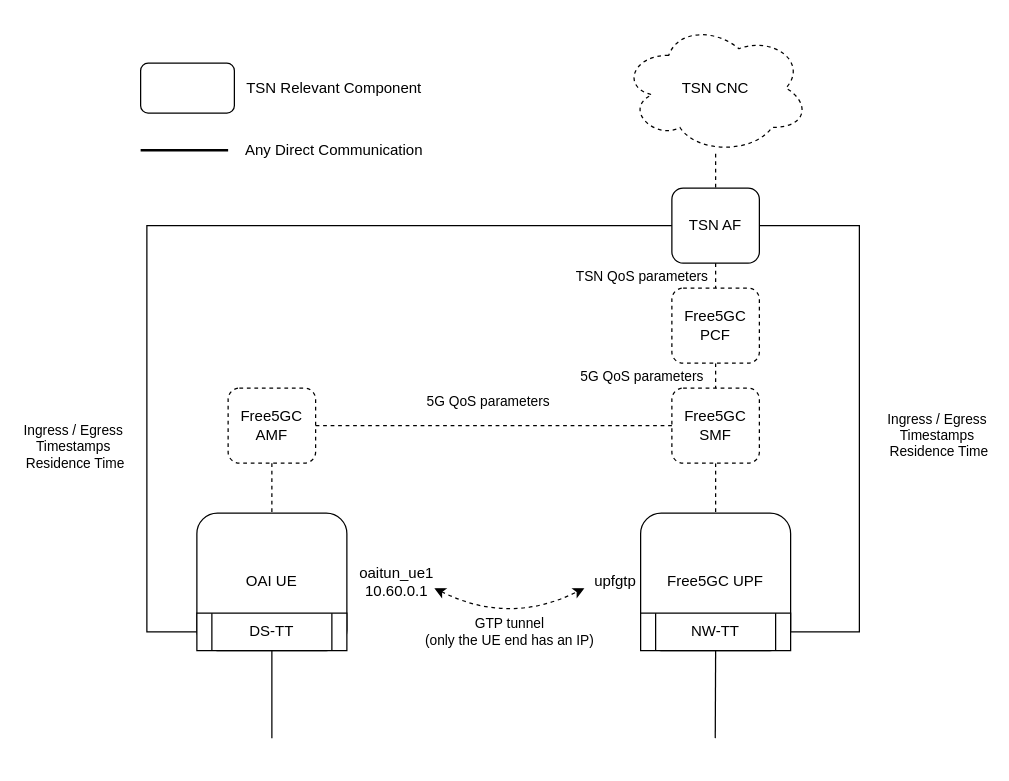
The draw.io diagram docs/tsn-components.drawio in ottoblep/tsn-5g-testbench, before the edit. Source tidied: cells renumbered, new cells numbered last; positions are measured from the earlier drawing's top-left corner, leaving out a move shared by most shapes. Both pictures are drawn from the tidied source at 125%, with x=0, y=0 at pixel (140, 22).
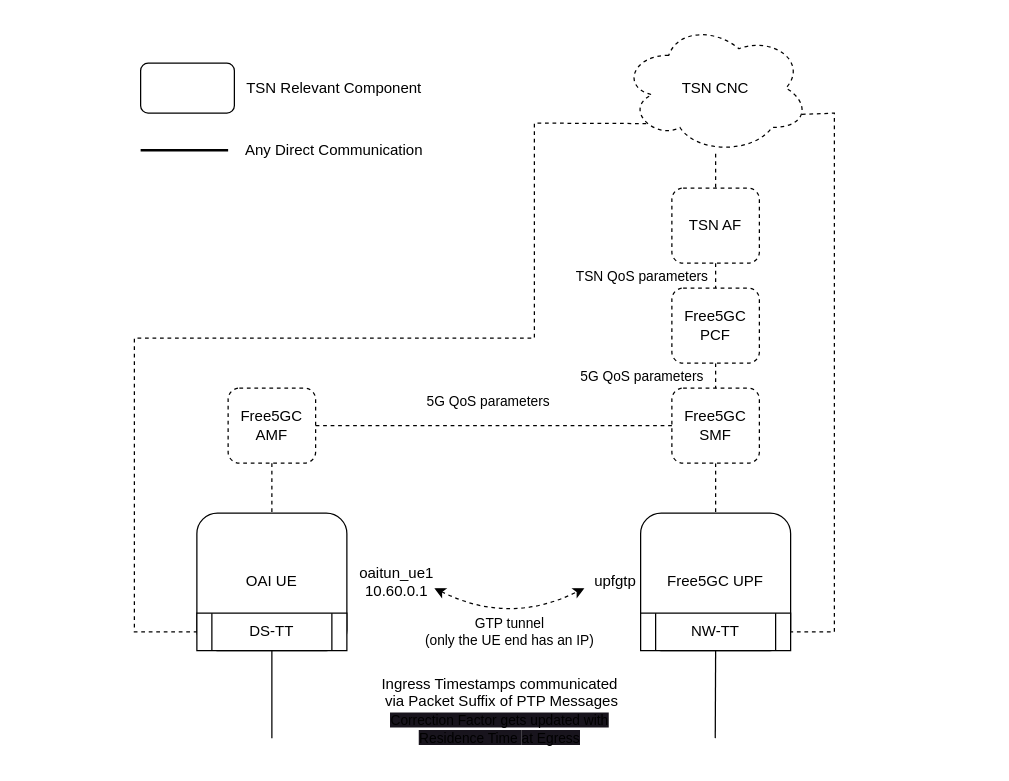
After the change.

Commit message (it also covers changes not shown here):
Update TSN diagram

Unchanged cells that the change refers to:
```xml
<mxCell id="13" value="DS-TT" style="shape=process;whiteSpace=wrap;html=1;backgroundOutline=1;" parent="1" vertex="1">
  <mxGeometry x="45" y="472" width="120" height="30" as="geometry" />
</mxCell>
<mxCell id="14" value="NW-TT" style="shape=process;whiteSpace=wrap;html=1;backgroundOutline=1;" parent="1" vertex="1">
  <mxGeometry x="400" y="472" width="120" height="30" as="geometry" />
</mxCell>
<mxCell id="32" value="TSN CNC" style="ellipse;shape=cloud;whiteSpace=wrap;html=1;dashed=1;" parent="1" vertex="1">
  <mxGeometry x="385" y="-0.5" width="150" height="105" as="geometry" />
</mxCell>
```

What changed in the source:
```diff
@@
-    <mxCell id="12" value="TSN AF" style="rounded=1;whiteSpace=wrap;html=1;" parent="1" vertex="1">
+    <mxCell id="12" value="TSN AF" style="rounded=1;whiteSpace=wrap;html=1;dashed=1;" parent="1" vertex="1">
       <mxGeometry x="425" y="132" width="70" height="60" as="geometry" />
     </mxCell>
@@
-    <mxCell id="22" style="endArrow=none;html=1;rounded=0;entryX=1;entryY=0.5;entryDx=0;entryDy=0;exitX=1;exitY=0.5;exitDx=0;exitDy=0;" parent="1" edge="1" source="14" target="12">
-      <mxGeometry relative="1" as="geometry">
-        <Array as="points">
-          <mxPoint x="575" y="487" />
-          <mxPoint x="575" y="162" />
-        </Array>
-      </mxGeometry>
-    </mxCell>
-    <mxCell id="23" style="endArrow=none;html=1;rounded=0;entryX=0;entryY=0.5;entryDx=0;entryDy=0;exitX=0;exitY=0.5;exitDx=0;exitDy=0;" parent="1" edge="1" source="13" target="12">
-      <mxGeometry relative="1" as="geometry">
-        <Array as="points">
-          <mxPoint x="5" y="487" />
-          <mxPoint x="5" y="162" />
-        </Array>
-      </mxGeometry>
-    </mxCell>
-    <mxCell id="24" value="Ingress / Egress&lt;br&gt;Timestamps&lt;br&gt;&amp;nbsp;Residence Time" style="edgeLabel;html=1;align=center;verticalAlign=middle;" parent="23" vertex="1">
-      <mxGeometry x="-0.27" relative="1" as="geometry">
-        <mxPoint x="-60" y="98" as="offset" />
-      </mxGeometry>
-    </mxCell>
-    <mxCell id="25" value="Ingress / Egress&lt;br&gt;Timestamps&lt;br&gt;&amp;nbsp;Residence Time" style="edgeLabel;html=1;align=center;verticalAlign=middle;" parent="1" vertex="1">
-      <mxGeometry x="85" y="262" as="geometry">
-        <mxPoint x="551" y="67" as="offset" />
-      </mxGeometry>
-    </mxCell>
@@
+    <mxCell id="34" style="endArrow=none;html=1;rounded=0;entryX=1;entryY=0.5;entryDx=0;entryDy=0;exitX=0.96;exitY=0.7;exitDx=0;exitDy=0;dashed=1;exitPerimeter=0;" parent="1" edge="1" source="32" target="14">
+      <mxGeometry relative="1" as="geometry">
+        <Array as="points">
+          <mxPoint x="555" y="72" />
+          <mxPoint x="555" y="487" />
+        </Array>
+      </mxGeometry>
+    </mxCell>
+    <mxCell id="35" style="endArrow=none;html=1;rounded=0;entryX=0;entryY=0.5;entryDx=0;entryDy=0;exitX=0.13;exitY=0.77;exitDx=0;exitDy=0;dashed=1;exitPerimeter=0;" parent="1" edge="1" source="32" target="13">
+      <mxGeometry relative="1" as="geometry">
+        <Array as="points">
+          <mxPoint x="315" y="80" />
+          <mxPoint x="315" y="252" />
+          <mxPoint x="-5" y="252" />
+          <mxPoint x="-5" y="487" />
+        </Array>
+      </mxGeometry>
+    </mxCell>
+    <mxCell id="36" value="Ingress Timestamps communicated&lt;br style=&quot;font-size: 11px;&quot;&gt;&amp;nbsp;via Packet Suffix of PTP Messages&lt;br style=&quot;font-size: 11px;&quot;&gt;&lt;span style=&quot;font-size: 11px; background-color: rgb(24, 20, 29);&quot;&gt;Correction Factor gets updated with &lt;br&gt;Residence Time&amp;nbsp;&lt;/span&gt;&lt;span style=&quot;font-size: 11px; background-color: rgb(24, 20, 29);&quot;&gt;at Egress&lt;/span&gt;" style="text;html=1;strokeColor=none;fillColor=none;align=center;verticalAlign=middle;whiteSpace=wrap;rounded=0;" parent="1" vertex="1">
+      <mxGeometry x="150" y="509.5" width="275" height="80" as="geometry" />
+    </mxCell>
```
